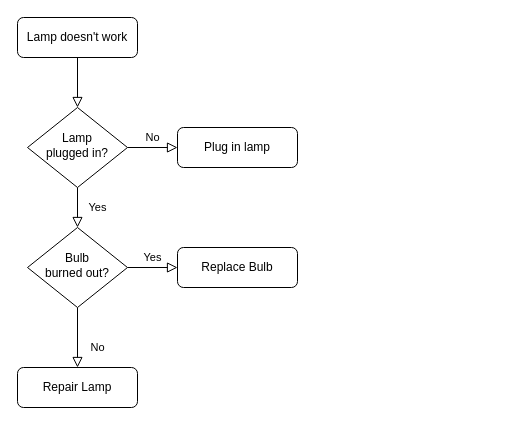
Earlier version of the draw.io diagram test.drawio (ZS15579757892/-). Source tidied: cells renumbered, new cells numbered last; positions are measured from the earlier drawing's top-left corner, leaving out a move shared by most shapes. Both pictures are drawn from the tidied source at 100%, with x=0, y=0 at pixel (17, 17).
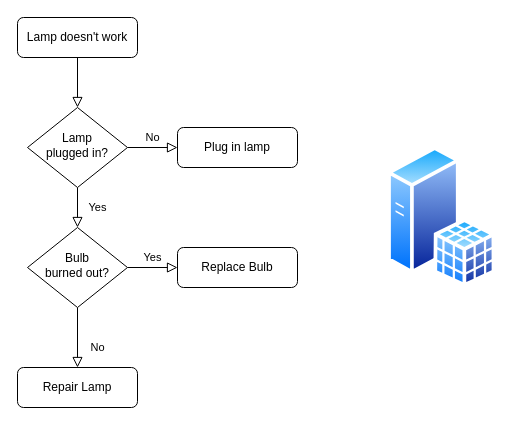
The same page after the edit.

What changed in the source:
```diff
@@
 <mxGraphModel>
   <root>
     <mxCell id="0" />
     <mxCell id="1" parent="0" />
     <mxCell id="2" style="rounded=0;html=1;jettySize=auto;fontSize=11;endArrow=block;endFill=0;endSize=8;strokeWidth=1;shadow=0;labelBackgroundColor=none;edgeStyle=orthogonalEdgeStyle;" parent="1" edge="1" source="3" target="6">
       <mxGeometry relative="1" as="geometry" />
     </mxCell>
     <mxCell id="3" value="Lamp doesn't work" style="rounded=1;whiteSpace=wrap;html=1;fontSize=12;glass=0;strokeWidth=1;shadow=0;" parent="1" vertex="1">
       <mxGeometry width="120" height="40" as="geometry" />
     </mxCell>
     <mxCell id="4" value="Yes" style="rounded=0;html=1;jettySize=auto;fontSize=11;endArrow=block;endFill=0;endSize=8;strokeWidth=1;shadow=0;labelBackgroundColor=none;edgeStyle=orthogonalEdgeStyle;" parent="1" edge="1" source="6" target="10">
       <mxGeometry y="20" relative="1" as="geometry" />
     </mxCell>
     <mxCell id="5" value="No" style="edgeStyle=orthogonalEdgeStyle;rounded=0;html=1;jettySize=auto;fontSize=11;endArrow=block;endFill=0;endSize=8;strokeWidth=1;shadow=0;labelBackgroundColor=none;" parent="1" edge="1" source="6" target="7">
       <mxGeometry y="10" relative="1" as="geometry" />
     </mxCell>
     <mxCell id="6" value="Lamp&lt;br&gt;plugged in?" style="rhombus;whiteSpace=wrap;html=1;shadow=0;fontFamily=Helvetica;fontSize=12;align=center;strokeWidth=1;spacing=6;spacingTop=-4;" parent="1" vertex="1">
       <mxGeometry x="10" y="90" width="100" height="80" as="geometry" />
     </mxCell>
     <mxCell id="7" value="Plug in lamp" style="rounded=1;whiteSpace=wrap;html=1;fontSize=12;glass=0;strokeWidth=1;shadow=0;" parent="1" vertex="1">
       <mxGeometry x="160" y="110" width="120" height="40" as="geometry" />
     </mxCell>
     <mxCell id="8" value="No" style="rounded=0;html=1;jettySize=auto;fontSize=11;endArrow=block;endFill=0;endSize=8;strokeWidth=1;shadow=0;labelBackgroundColor=none;edgeStyle=orthogonalEdgeStyle;" parent="1" edge="1" source="10" target="11">
       <mxGeometry x="0.33" y="20" relative="1" as="geometry" />
     </mxCell>
     <mxCell id="9" value="Yes" style="edgeStyle=orthogonalEdgeStyle;rounded=0;html=1;jettySize=auto;fontSize=11;endArrow=block;endFill=0;endSize=8;strokeWidth=1;shadow=0;labelBackgroundColor=none;" parent="1" edge="1" source="10" target="12">
       <mxGeometry y="10" relative="1" as="geometry" />
     </mxCell>
     <mxCell id="10" value="Bulb&lt;br&gt;burned out?" style="rhombus;whiteSpace=wrap;html=1;shadow=0;fontFamily=Helvetica;fontSize=12;align=center;strokeWidth=1;spacing=6;spacingTop=-4;" parent="1" vertex="1">
       <mxGeometry x="10" y="210" width="100" height="80" as="geometry" />
     </mxCell>
     <mxCell id="11" value="Repair Lamp" style="rounded=1;whiteSpace=wrap;html=1;fontSize=12;glass=0;strokeWidth=1;shadow=0;" parent="1" vertex="1">
       <mxGeometry y="350" width="120" height="40" as="geometry" />
     </mxCell>
     <mxCell id="12" value="Replace Bulb" style="rounded=1;whiteSpace=wrap;html=1;fontSize=12;glass=0;strokeWidth=1;shadow=0;" parent="1" vertex="1">
       <mxGeometry x="160" y="230" width="120" height="40" as="geometry" />
     </mxCell>
+    <mxCell id="13" style="image;perimeter=ellipsePerimeter;html=1;align=center;shadow=0;dashed=0;spacingTop=3;image=img/lib/active_directory/sql_server.svg;" parent="1" vertex="1">
+      <mxGeometry x="370" y="129.1" width="108.5" height="140.9" as="geometry" />
+    </mxCell>
   </root>
 </mxGraphModel>
```
